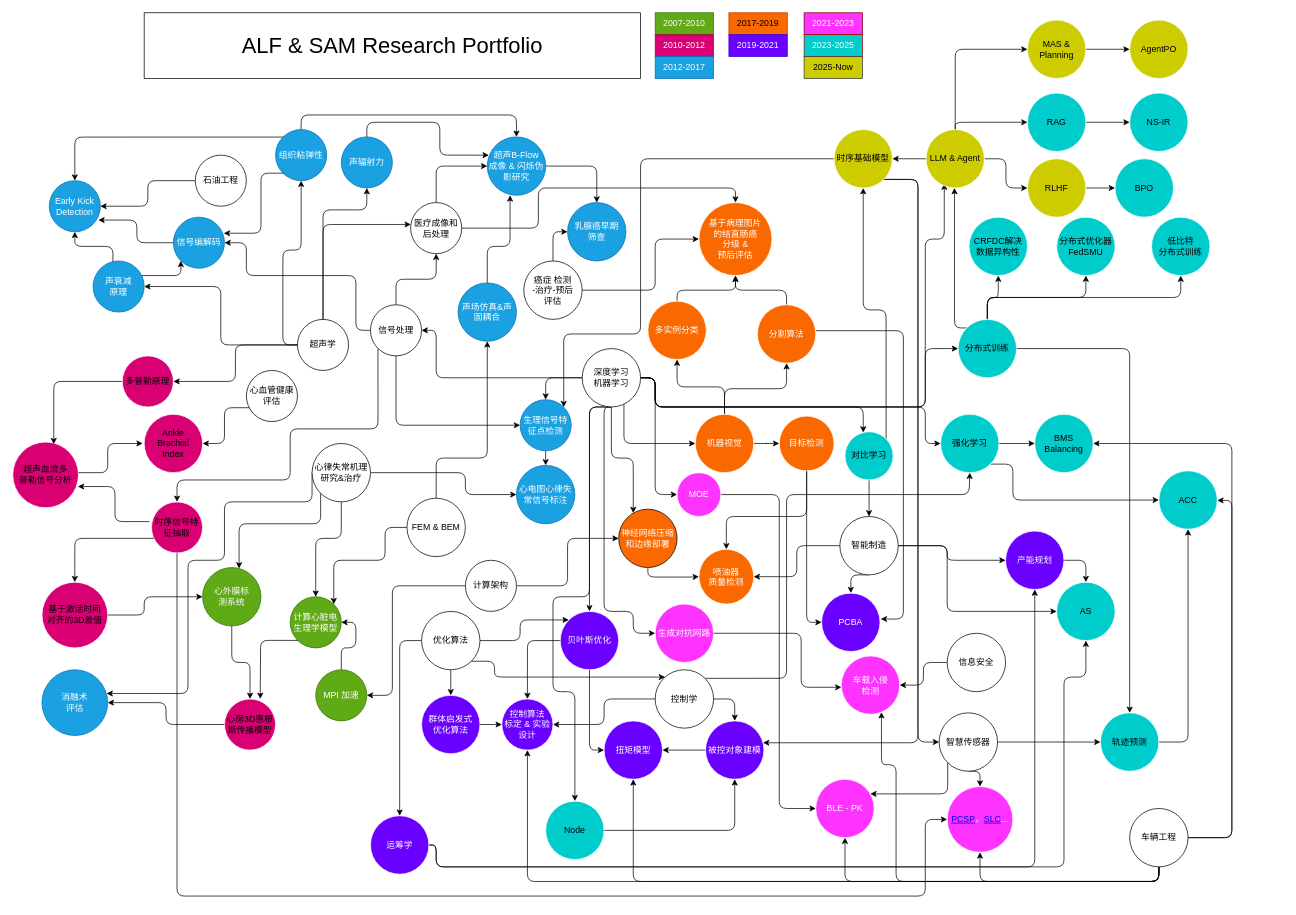
alfredlu/alfredlu.github.io keeps this draw.io diagram as doc/study.drawio. Above is the earlier version. Source tidied: cells renumbered, new cells numbered last; positions are measured from the earlier drawing's top-left corner, leaving out a move shared by most shapes. Both pictures are drawn from the tidied source at 73%, with x=0, y=0 at pixel (12, 12).
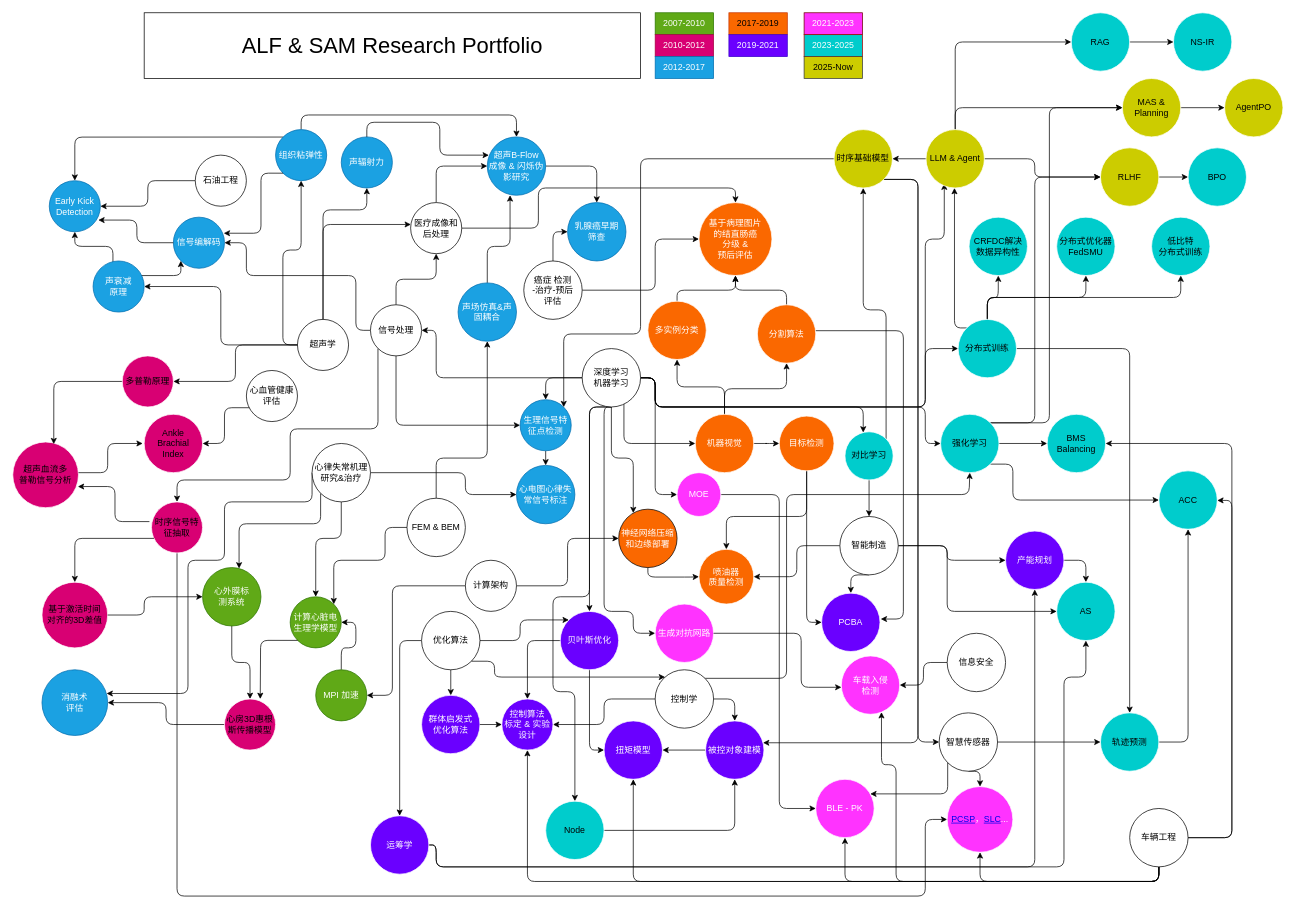
Above is the later version.

Unchanged cells that the change refers to:
```xml
<mxCell id="155" value="强化学习" style="ellipse;whiteSpace=wrap;html=1;fillColor=#00CCCC;strokeColor=light-dark(#FFFFFF,#FFFFFF);" parent="1" vertex="1">
  <mxGeometry x="1271" y="550" width="80" height="80" as="geometry" />
</mxCell>
<mxCell id="174" value="LLM &amp;amp; Agent" style="ellipse;whiteSpace=wrap;html=1;fillColor=#CCCC00;strokeColor=light-dark(#FFFFFF,#FFFFFF);" parent="1" vertex="1">
  <mxGeometry x="1251" y="160" width="80" height="80" as="geometry" />
</mxCell>
```

The edit, as a diff of the source:
```diff
@@
+    <mxCell id="202" style="edgeStyle=orthogonalEdgeStyle;rounded=1;jettySize=auto;html=1;exitX=1;exitY=0;exitDx=0;exitDy=0;curved=0;" parent="1" edge="1" source="155" target="179">
+      <mxGeometry relative="1" as="geometry">
+        <Array as="points">
+          <mxPoint x="1400" y="562" />
+          <mxPoint x="1400" y="225" />
+        </Array>
+      </mxGeometry>
+    </mxCell>
+    <mxCell id="203" style="edgeStyle=orthogonalEdgeStyle;rounded=1;jettySize=auto;html=1;exitX=1;exitY=0;exitDx=0;exitDy=0;entryX=0;entryY=0.5;entryDx=0;entryDy=0;curved=0;" parent="1" edge="1" source="155" target="182">
+      <mxGeometry relative="1" as="geometry">
+        <Array as="points">
+          <mxPoint x="1420" y="562" />
+          <mxPoint x="1420" y="130" />
+        </Array>
+      </mxGeometry>
+    </mxCell>
@@
     <mxCell id="156" value="BMS&lt;div&gt;Balancing&lt;/div&gt;" style="ellipse;whiteSpace=wrap;html=1;fillColor=#00CCCC;strokeColor=light-dark(#FFFFFF,#FFFFFF);" parent="1" vertex="1">
-      <mxGeometry x="1400" y="550" width="80" height="80" as="geometry" />
+      <mxGeometry x="1417" y="550" width="80" height="80" as="geometry" />
     </mxCell>
@@
     <mxCell id="170" style="edgeStyle=orthogonalEdgeStyle;jettySize=auto;html=1;exitX=0.5;exitY=0;exitDx=0;exitDy=0;entryX=0;entryY=0.5;entryDx=0;entryDy=0;" parent="1" edge="1" source="174" target="176">
       <mxGeometry relative="1" as="geometry">
         <Array as="points">
-          <mxPoint x="1291" y="150" />
+          <mxPoint x="1291" y="40" />
         </Array>
       </mxGeometry>
     </mxCell>
-    <mxCell id="171" style="edgeStyle=orthogonalEdgeStyle;jettySize=auto;html=1;exitX=1;exitY=0.5;exitDx=0;exitDy=0;entryX=0;entryY=0.5;entryDx=0;entryDy=0;" parent="1" edge="1" source="174" target="179">
-      <mxGeometry relative="1" as="geometry" />
-    </mxCell>
@@
+    <mxCell id="171" style="edgeStyle=orthogonalEdgeStyle;rounded=1;jettySize=auto;html=1;exitX=1;exitY=0.5;exitDx=0;exitDy=0;entryX=0;entryY=0.5;entryDx=0;entryDy=0;curved=0;" parent="1" edge="1" source="174" target="179">
+      <mxGeometry relative="1" as="geometry">
+        <Array as="points">
+          <mxPoint x="1400" y="200" />
+          <mxPoint x="1400" y="225" />
+        </Array>
+      </mxGeometry>
+    </mxCell>
@@
     <mxCell id="176" value="RAG" style="ellipse;whiteSpace=wrap;html=1;fillColor=#00CCCC;strokeColor=light-dark(#FFFFFF,#FFFFFF);" parent="1" vertex="1">
-      <mxGeometry x="1390" y="110" width="80" height="80" as="geometry" />
+      <mxGeometry x="1450" width="80" height="80" as="geometry" />
     </mxCell>
     <mxCell id="177" value="NS-IR" style="ellipse;whiteSpace=wrap;html=1;fillColor=#00CCCC;strokeColor=light-dark(#FFFFFF,#FFFFFF);" parent="1" vertex="1">
-      <mxGeometry x="1530" y="110" width="80" height="80" as="geometry" />
+      <mxGeometry x="1590" width="80" height="80" as="geometry" />
     </mxCell>
@@
     <mxCell id="179" value="RLHF" style="ellipse;whiteSpace=wrap;html=1;fillColor=#CCCC00;strokeColor=light-dark(#FFFFFF,#FFFFFF);" parent="1" vertex="1">
-      <mxGeometry x="1390" y="200" width="80" height="80" as="geometry" />
+      <mxGeometry x="1490" y="185" width="80" height="80" as="geometry" />
     </mxCell>
     <mxCell id="180" value="BPO" style="ellipse;whiteSpace=wrap;html=1;fillColor=#00CCCC;strokeColor=light-dark(#FFFFFF,#FFFFFF);" parent="1" vertex="1">
-      <mxGeometry x="1510" y="200" width="80" height="80" as="geometry" />
+      <mxGeometry x="1610" y="185" width="80" height="80" as="geometry" />
     </mxCell>
@@
     <mxCell id="182" value="MAS &amp;amp; Planning" style="ellipse;whiteSpace=wrap;html=1;fillColor=#CCCC00;strokeColor=light-dark(#FFFFFF,#FFFFFF);" parent="1" vertex="1">
-      <mxGeometry x="1390" y="10" width="80" height="80" as="geometry" />
+      <mxGeometry x="1520" y="90" width="80" height="80" as="geometry" />
     </mxCell>
     <mxCell id="183" value="AgentPO" style="ellipse;whiteSpace=wrap;html=1;fillColor=#CCCC00;strokeColor=light-dark(#FFFFFF,#FFFFFF);" parent="1" vertex="1">
-      <mxGeometry x="1530" y="10" width="80" height="80" as="geometry" />
+      <mxGeometry x="1660" y="90" width="80" height="80" as="geometry" />
     </mxCell>
```
